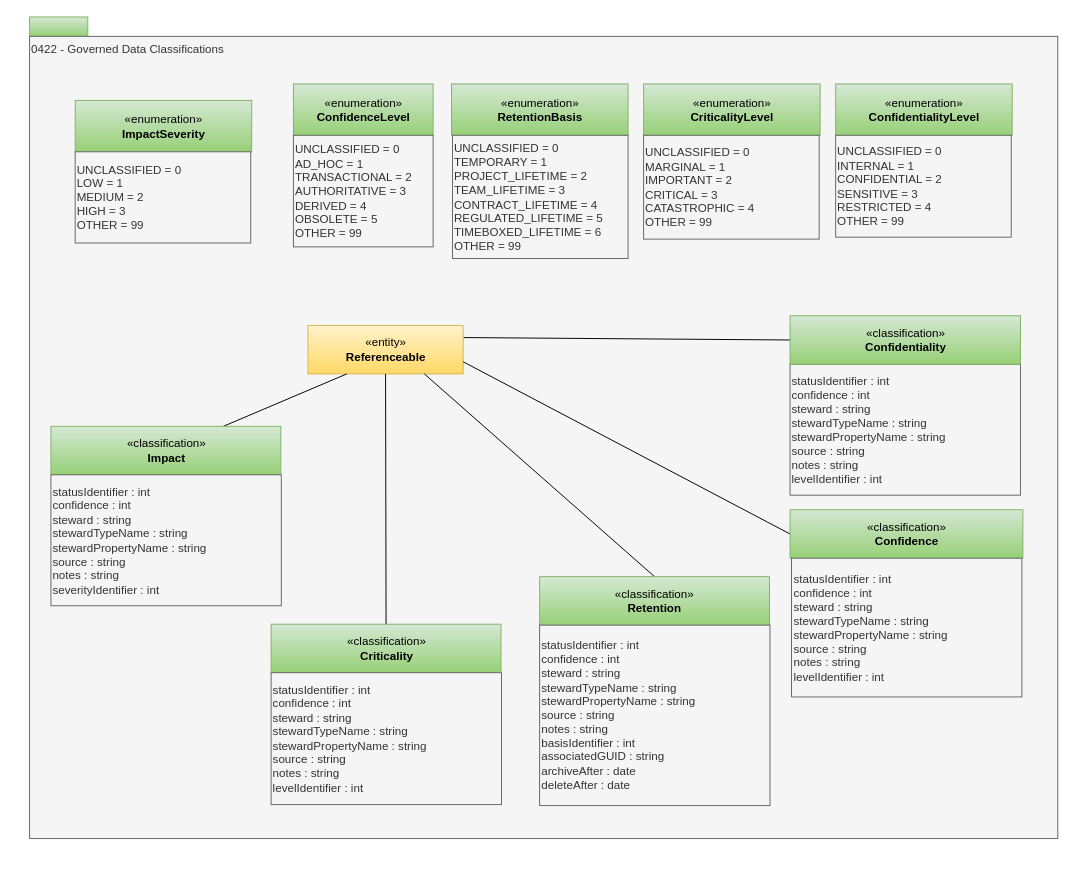
Before: page "0422-Governed-Data-Classifications" (7 of 30) of site/docs/types/4/area-4-governance.drawio in odpi/egeria-docs, a draw.io diagram. Source tidied: cells renumbered, new cells numbered last; positions are measured from the earlier drawing's top-left corner, leaving out a move shared by most shapes. Both pictures are drawn from the tidied source at 97%, with x=0, y=0 at pixel (29, 16).
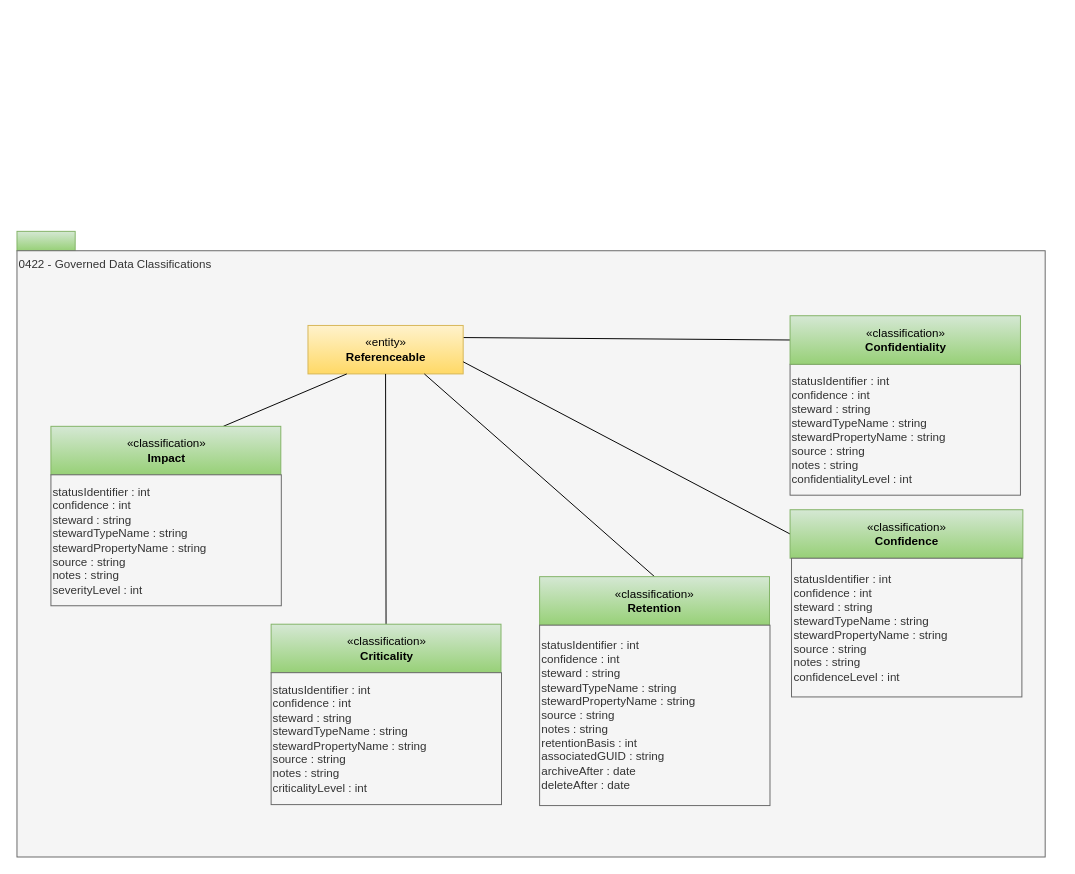
The same page after the edit.

The edit, as a diff of the source:
```diff
@@
     <mxCell id="2" style="rounded=0;whiteSpace=wrap;html=1;align=left;fillColor=#d5e8d4;strokeColor=#82b366;gradientColor=#97d077;" parent="1" vertex="1">
-      <mxGeometry width="60" height="20" as="geometry" />
+      <mxGeometry x="-13" y="221" width="60" height="20" as="geometry" />
     </mxCell>
     <mxCell id="3" value="0422 - Governed Data Classifications" style="rounded=0;whiteSpace=wrap;html=1;align=left;verticalAlign=top;fillColor=#f5f5f5;fontColor=#333333;strokeColor=#666666;" parent="1" vertex="1">
-      <mxGeometry y="20" width="1060" height="827" as="geometry" />
+      <mxGeometry x="-13" y="241" width="1060" height="625" as="geometry" />
     </mxCell>
-    <mxCell id="4" value="statusIdentifier : int&lt;br&gt;&lt;span&gt;confidence : int&lt;br&gt;steward : string&lt;br&gt;&lt;/span&gt;stewardTypeName : string&lt;br&gt;stewardPropertyName : string&lt;span&gt;&lt;br&gt;source : string&lt;br&gt;notes : string&lt;br&gt;levelIdentifier : int&lt;br&gt;&lt;/span&gt;" style="rounded=0;whiteSpace=wrap;html=1;strokeColor=#666666;align=left;fillColor=#f5f5f5;fontColor=#333333;" parent="1" vertex="1">
+    <mxCell id="4" value="statusIdentifier : int&lt;br&gt;&lt;span&gt;confidence : int&lt;br&gt;steward : string&lt;br&gt;&lt;/span&gt;stewardTypeName : string&lt;br&gt;stewardPropertyName : string&lt;span&gt;&lt;br&gt;source : string&lt;br&gt;notes : string&lt;br&gt;confidentialityLevel : int&lt;br&gt;&lt;/span&gt;" style="rounded=0;whiteSpace=wrap;html=1;strokeColor=#666666;align=left;fillColor=#f5f5f5;fontColor=#333333;" parent="1" vertex="1">
       <mxGeometry x="784" y="358" width="237.5" height="135" as="geometry" />
     </mxCell>
@@
-    <mxCell id="14" value="statusIdentifier : int&lt;br&gt;&lt;span&gt;confidence : int&lt;br&gt;steward : string&lt;br&gt;&lt;/span&gt;stewardTypeName : string&lt;br&gt;stewardPropertyName : string&lt;span&gt;&lt;br&gt;source : string&lt;br&gt;notes : string&lt;br&gt;levelIdentifier : int&lt;br&gt;&lt;/span&gt;" style="rounded=0;whiteSpace=wrap;html=1;strokeColor=#666666;align=left;fillColor=#f5f5f5;fontColor=#333333;" parent="1" vertex="1">
+    <mxCell id="14" value="statusIdentifier : int&lt;br&gt;&lt;span&gt;confidence : int&lt;br&gt;steward : string&lt;br&gt;&lt;/span&gt;stewardTypeName : string&lt;br&gt;stewardPropertyName : string&lt;span&gt;&lt;br&gt;source : string&lt;br&gt;notes : string&lt;br&gt;confidenceLevel : int&lt;br&gt;&lt;/span&gt;" style="rounded=0;whiteSpace=wrap;html=1;strokeColor=#666666;align=left;fillColor=#f5f5f5;fontColor=#333333;" parent="1" vertex="1">
       <mxGeometry x="785.5" y="558" width="237.5" height="143" as="geometry" />
     </mxCell>
-    <mxCell id="15" value="statusIdentifier : int&lt;br&gt;&lt;span&gt;confidence : int&lt;br&gt;steward : string&lt;br&gt;&lt;/span&gt;stewardTypeName : string&lt;br&gt;stewardPropertyName : string&lt;span&gt;&lt;br&gt;source : string&lt;br&gt;notes : string&lt;br&gt;basisIdentifier : int&lt;br&gt;associatedGUID : string&lt;br&gt;archiveAfter : date&lt;br&gt;deleteAfter : date&lt;br&gt;&lt;/span&gt;" style="rounded=0;whiteSpace=wrap;html=1;strokeColor=#666666;align=left;fillColor=#f5f5f5;fontColor=#333333;" parent="1" vertex="1">
+    <mxCell id="15" value="statusIdentifier : int&lt;br&gt;&lt;span&gt;confidence : int&lt;br&gt;steward : string&lt;br&gt;&lt;/span&gt;stewardTypeName : string&lt;br&gt;stewardPropertyName : string&lt;span&gt;&lt;br&gt;source : string&lt;br&gt;notes : string&lt;br&gt;retentionBasis : int&lt;br&gt;associatedGUID : string&lt;br&gt;archiveAfter : date&lt;br&gt;deleteAfter : date&lt;br&gt;&lt;/span&gt;" style="rounded=0;whiteSpace=wrap;html=1;strokeColor=#666666;align=left;fillColor=#f5f5f5;fontColor=#333333;" parent="1" vertex="1">
       <mxGeometry x="525.8" y="627" width="237.5" height="186" as="geometry" />
     </mxCell>
-    <mxCell id="16" value="&lt;span&gt;statusIdentifier : int&lt;br&gt;confidence : int&lt;br&gt;steward : string&lt;br&gt;&lt;/span&gt;stewardTypeName : string&lt;br&gt;stewardPropertyName : string&lt;span&gt;&lt;br&gt;source : string&lt;br&gt;notes : string&lt;br&gt;levelIdentifier : int&lt;br&gt;&lt;/span&gt;" style="rounded=0;whiteSpace=wrap;html=1;strokeColor=#666666;align=left;fillColor=#f5f5f5;fontColor=#333333;" parent="1" vertex="1">
+    <mxCell id="16" value="&lt;span&gt;statusIdentifier : int&lt;br&gt;confidence : int&lt;br&gt;steward : string&lt;br&gt;&lt;/span&gt;stewardTypeName : string&lt;br&gt;stewardPropertyName : string&lt;span&gt;&lt;br&gt;source : string&lt;br&gt;notes : string&lt;br&gt;criticalityLevel : int&lt;br&gt;&lt;/span&gt;" style="rounded=0;whiteSpace=wrap;html=1;strokeColor=#666666;align=left;fillColor=#f5f5f5;fontColor=#333333;" parent="1" vertex="1">
       <mxGeometry x="249" y="676" width="237.5" height="136" as="geometry" />
     </mxCell>
@@
-    <mxCell id="19" value="statusIdentifier : int&lt;br&gt;&lt;span&gt;confidence : int&lt;br&gt;steward : string&lt;br&gt;stewardTypeName : string&lt;br&gt;stewardPropertyName : string&amp;nbsp;&lt;br&gt;source : string&lt;br&gt;notes : string&lt;br&gt;severityIdentifier : int&lt;br&gt;&lt;/span&gt;" style="rounded=0;whiteSpace=wrap;html=1;strokeColor=#666666;align=left;fillColor=#f5f5f5;fontColor=#333333;" parent="1" vertex="1">
+    <mxCell id="19" value="statusIdentifier : int&lt;br&gt;&lt;span&gt;confidence : int&lt;br&gt;steward : string&lt;br&gt;stewardTypeName : string&lt;br&gt;stewardPropertyName : string&amp;nbsp;&lt;br&gt;source : string&lt;br&gt;notes : string&lt;br&gt;severityLevel : int&lt;br&gt;&lt;/span&gt;" style="rounded=0;whiteSpace=wrap;html=1;strokeColor=#666666;align=left;fillColor=#f5f5f5;fontColor=#333333;" parent="1" vertex="1">
       <mxGeometry x="22" y="472" width="237.5" height="135" as="geometry" />
     </mxCell>
-    <mxCell id="20" value="«enumeration»&lt;br&gt;&lt;b&gt;ConfidenceLevel&lt;/b&gt;" style="html=1;strokeColor=#82b366;align=center;fillColor=#d5e8d4;gradientColor=#97d077;" parent="1" vertex="1">
-      <mxGeometry x="272" y="69" width="144" height="53" as="geometry" />
-    </mxCell>
-    <mxCell id="21" value="UNCLASSIFIED = 0&lt;br&gt;AD_HOC = 1&lt;br&gt;TRANSACTIONAL = 2&lt;br&gt;AUTHORITATIVE = 3&lt;br&gt;DERIVED = 4&lt;br&gt;OBSOLETE = 5&lt;br&gt;OTHER = 99" style="rounded=0;whiteSpace=wrap;html=1;strokeColor=#666666;align=left;fillColor=#f5f5f5;fontColor=#333333;" parent="1" vertex="1">
-      <mxGeometry x="272" y="122" width="144" height="115" as="geometry" />
-    </mxCell>
-    <mxCell id="22" value="«enumeration»&lt;br&gt;&lt;b&gt;RetentionBasis&lt;/b&gt;" style="html=1;strokeColor=#82b366;align=center;fillColor=#d5e8d4;gradientColor=#97d077;" parent="1" vertex="1">
-      <mxGeometry x="435" y="69" width="182" height="53" as="geometry" />
-    </mxCell>
-    <mxCell id="23" value="UNCLASSIFIED = 0&lt;br&gt;TEMPORARY = 1&lt;br&gt;PROJECT_LIFETIME = 2&lt;br&gt;TEAM_LIFETIME = 3&lt;br&gt;CONTRACT_LIFETIME = 4&lt;br&gt;REGULATED_LIFETIME = 5&lt;br&gt;TIMEBOXED_LIFETIME = 6&lt;br&gt;OTHER = 99" style="rounded=0;whiteSpace=wrap;html=1;strokeColor=#666666;align=left;fillColor=#f5f5f5;fontColor=#333333;" parent="1" vertex="1">
-      <mxGeometry x="436" y="122" width="181" height="127" as="geometry" />
-    </mxCell>
-    <mxCell id="24" value="«enumeration»&lt;br&gt;&lt;b&gt;CriticalityLevel&lt;/b&gt;" style="html=1;strokeColor=#82b366;align=center;fillColor=#d5e8d4;gradientColor=#97d077;" parent="1" vertex="1">
-      <mxGeometry x="633" y="69" width="182" height="53" as="geometry" />
-    </mxCell>
-    <mxCell id="25" value="UNCLASSIFIED = 0&lt;br&gt;MARGINAL = 1&lt;br&gt;IMPORTANT = 2&lt;br&gt;CRITICAL = 3&lt;br&gt;CATASTROPHIC = 4&lt;br&gt;OTHER = 99" style="rounded=0;whiteSpace=wrap;html=1;strokeColor=#666666;align=left;fillColor=#f5f5f5;fontColor=#333333;" parent="1" vertex="1">
-      <mxGeometry x="633" y="122" width="181" height="107" as="geometry" />
-    </mxCell>
-    <mxCell id="26" value="«enumeration»&lt;br&gt;&lt;b&gt;ConfidentialityLevel&lt;/b&gt;" style="html=1;strokeColor=#82b366;align=center;fillColor=#d5e8d4;gradientColor=#97d077;" parent="1" vertex="1">
-      <mxGeometry x="831" y="69" width="182" height="53" as="geometry" />
-    </mxCell>
-    <mxCell id="27" value="UNCLASSIFIED = 0&lt;br&gt;INTERNAL = 1&lt;br&gt;CONFIDENTIAL = 2&lt;br&gt;SENSITIVE = 3&lt;br&gt;RESTRICTED = 4&lt;br&gt;OTHER = 99" style="rounded=0;whiteSpace=wrap;html=1;strokeColor=#666666;align=left;fillColor=#f5f5f5;fontColor=#333333;" parent="1" vertex="1">
-      <mxGeometry x="831" y="122" width="181" height="105" as="geometry" />
-    </mxCell>
-    <mxCell id="28" value="«enumeration»&lt;br&gt;&lt;b&gt;ImpactSeverity&lt;/b&gt;" style="html=1;strokeColor=#82b366;align=center;fillColor=#d5e8d4;gradientColor=#97d077;" parent="1" vertex="1">
-      <mxGeometry x="47" y="86" width="182" height="53" as="geometry" />
-    </mxCell>
-    <mxCell id="29" value="UNCLASSIFIED = 0&lt;br&gt;LOW = 1&lt;br&gt;MEDIUM = 2&lt;br&gt;HIGH = 3&lt;br&gt;OTHER = 99" style="rounded=0;whiteSpace=wrap;html=1;strokeColor=#666666;align=left;fillColor=#f5f5f5;fontColor=#333333;" parent="1" vertex="1">
-      <mxGeometry x="47" y="139" width="181" height="94" as="geometry" />
-    </mxCell>
```
